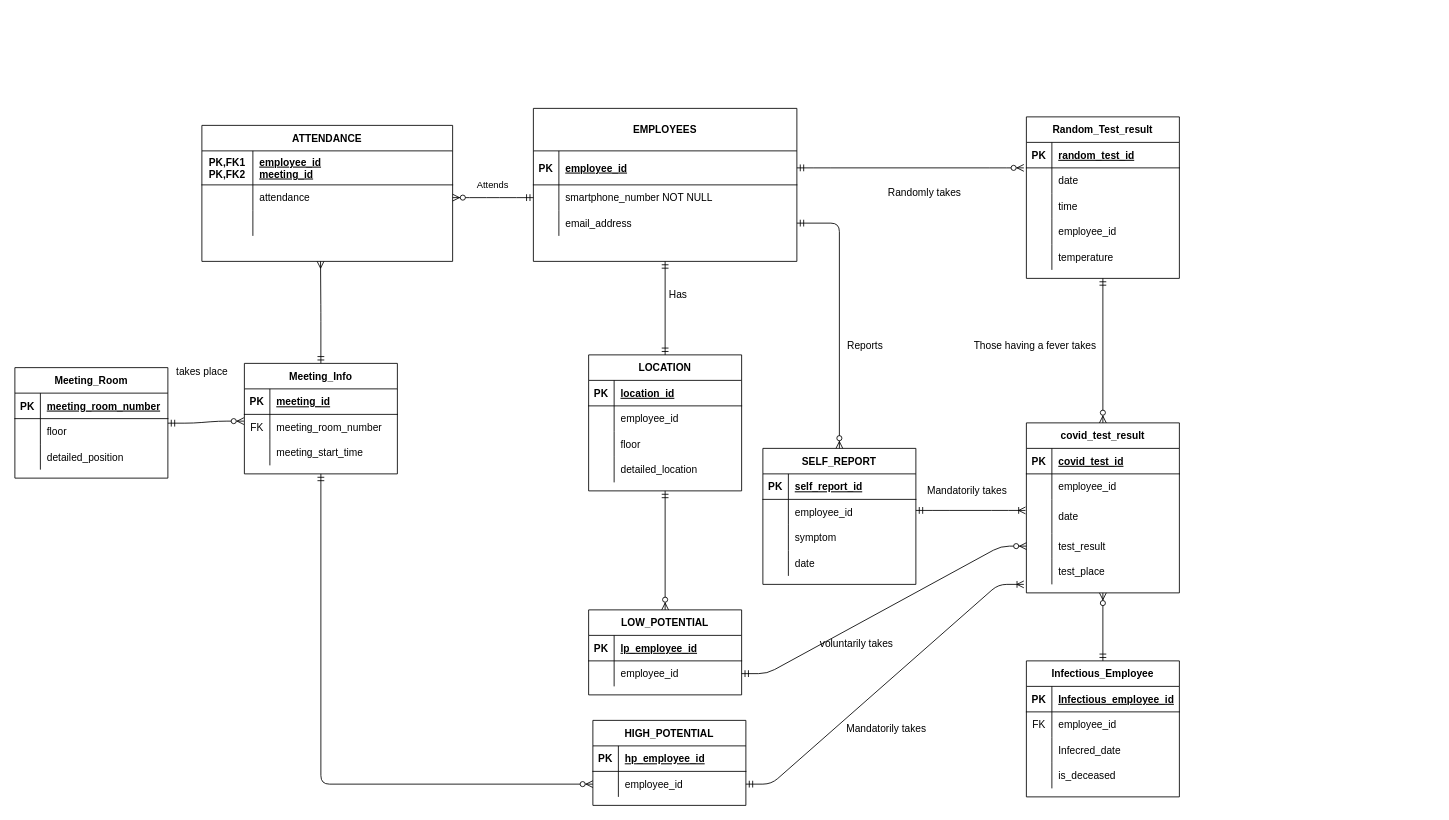
Before: page "Page-1" (1 of 2) of Untitled Diagram.drawio in CharlieXuJk/ty, a draw.io diagram. Source tidied: cells renumbered, new cells numbered last; positions are measured from the earlier drawing's top-left corner, leaving out a move shared by most shapes. Both pictures are drawn from the tidied source at 85%, with x=0, y=0 at pixel (14, 108).
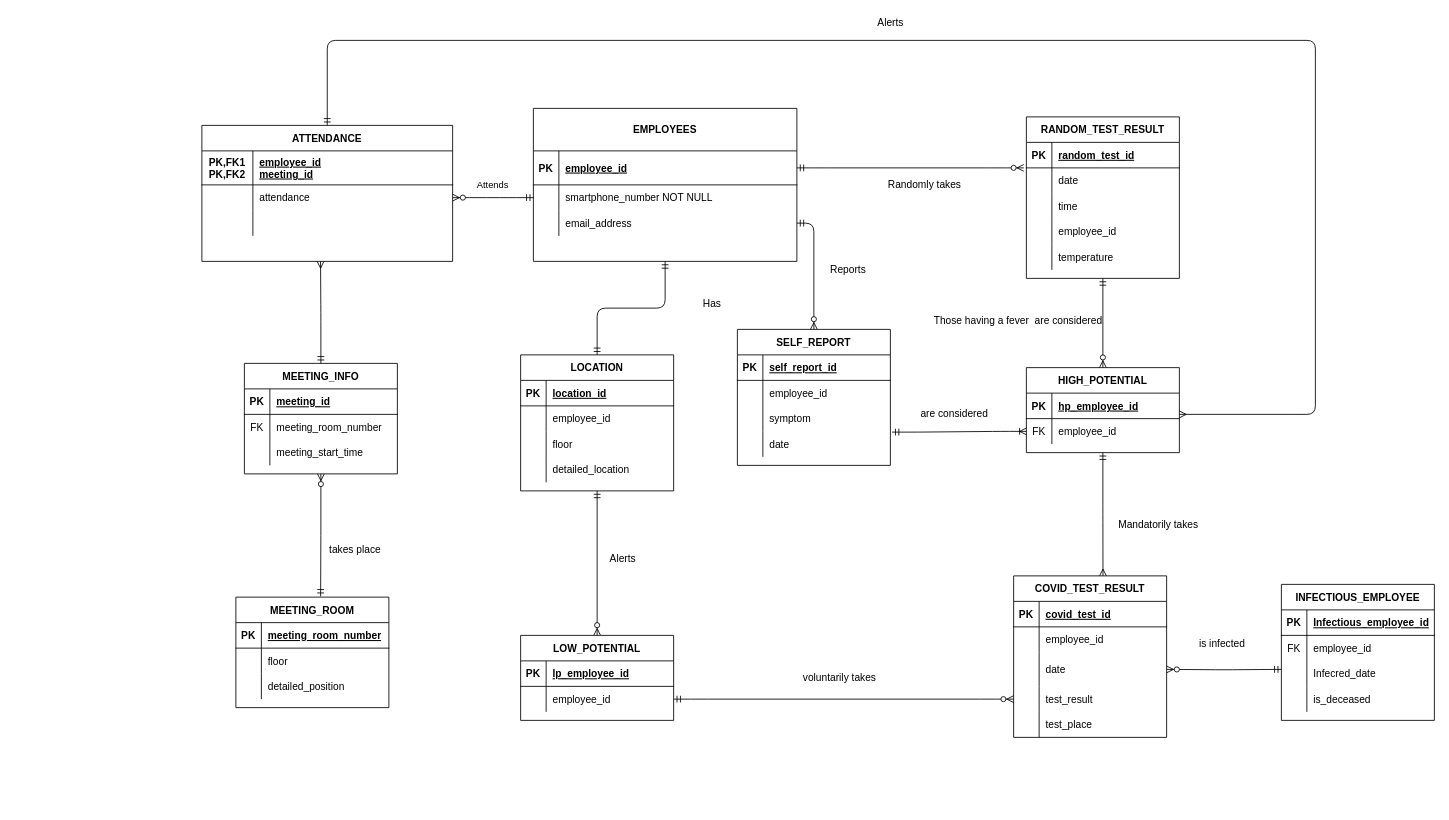
Above is the later version.

Unchanged cells that the change refers to:
```xml
<mxCell id="2" value="ATTENDANCE" style="shape=table;startSize=30;childLayout=tableLayout;rowLines=0;fontStyle=1;align=center;" parent="1" vertex="1">
  <mxGeometry x="220" y="20" width="295" height="160" as="geometry" />
</mxCell>
<mxCell id="29" style="shape=partialRectangle;fillColor=none;top=0;left=0;bottom=0;right=0;points=[[0,0.5],[1,0.5]];portConstraint=eastwest;" parent="25" vertex="1">
  <mxGeometry y="60" width="180" height="30" as="geometry" />
</mxCell>
<mxCell id="60" style="shape=partialRectangle;fillColor=none;top=0;left=0;bottom=0;right=0;points=[[0,0.5],[1,0.5]];portConstraint=eastwest;" parent="53" vertex="1">
  <mxGeometry y="90" width="180" height="40" as="geometry" />
</mxCell>
<mxCell id="76" style="shape=partialRectangle;fillColor=none;top=0;left=0;bottom=0;right=0;points=[[0,0.5],[1,0.5]];portConstraint=eastwest;" parent="69" vertex="1">
  <mxGeometry y="90" width="180" height="30" as="geometry" />
</mxCell>
<mxCell id="86" style="shape=partialRectangle;fillColor=none;top=0;left=0;bottom=0;right=0;points=[[0,0.5],[1,0.5]];portConstraint=eastwest;" parent="82" vertex="1">
  <mxGeometry y="60" width="180" height="30" as="geometry" />
</mxCell>
<mxCell id="142" style="shape=partialRectangle;fillColor=none;top=0;left=0;bottom=1;right=0;points=[[0,0.5],[1,0.5]];portConstraint=eastwest;" parent="141" vertex="1">
  <mxGeometry y="30" width="180" height="30" as="geometry" />
</mxCell>
<mxCell id="145" style="shape=partialRectangle;fillColor=none;top=0;left=0;bottom=0;right=0;points=[[0,0.5],[1,0.5]];portConstraint=eastwest;" parent="141" vertex="1">
  <mxGeometry y="60" width="180" height="30" as="geometry" />
</mxCell>
```

The edit, as a diff of the source:
```diff
@@
+    <mxCell id="151" style="edgeStyle=orthogonalEdgeStyle;rounded=1;jettySize=auto;html=1;exitX=0.5;exitY=0;exitDx=0;exitDy=0;entryX=1;entryY=0.833;entryDx=0;entryDy=0;entryPerimeter=0;startArrow=ERmandOne;startFill=0;endArrow=ERmany;endFill=0;" parent="1" edge="1" source="2" target="142">
+      <mxGeometry relative="1" as="geometry">
+        <Array as="points">
+          <mxPoint x="367" y="-80" />
+          <mxPoint x="1530" y="-80" />
+          <mxPoint x="1530" y="360" />
+        </Array>
+      </mxGeometry>
+    </mxCell>
@@
-    <mxCell id="23" style="edgeStyle=orthogonalEdgeStyle;rounded=1;jettySize=auto;html=1;exitX=0.5;exitY=1;exitDx=0;exitDy=0;entryX=0;entryY=0.5;entryDx=0;entryDy=0;startArrow=ERmandOne;startFill=0;endArrow=ERzeroToMany;endFill=1;" parent="1" edge="1" source="25" target="145">
-      <mxGeometry relative="1" as="geometry">
-        <Array as="points">
-          <mxPoint x="360" y="795" />
-        </Array>
-      </mxGeometry>
-    </mxCell>
@@
+    <mxCell id="152" style="edgeStyle=orthogonalEdgeStyle;rounded=1;jettySize=auto;html=1;exitX=0.5;exitY=1;exitDx=0;exitDy=0;entryX=0.554;entryY=-0.007;entryDx=0;entryDy=0;entryPerimeter=0;startArrow=ERzeroToMany;startFill=1;endArrow=ERmandOne;endFill=0;" parent="1" edge="1" source="25" target="82">
+      <mxGeometry relative="1" as="geometry" />
+    </mxCell>
-    <mxCell id="25" value="Meeting_Info" style="shape=table;startSize=30;childLayout=tableLayout;rowLines=0;fontStyle=1;align=center;" parent="1" vertex="1">
+    <mxCell id="25" value="MEETING_INFO" style="shape=table;startSize=30;childLayout=tableLayout;rowLines=0;fontStyle=1;align=center;" parent="1" vertex="1">
       <mxGeometry x="270" y="300" width="180" height="130" as="geometry" />
     </mxCell>
@@
-    <mxCell id="35" style="edgeStyle=orthogonalEdgeStyle;rounded=1;jettySize=auto;html=1;exitX=0.5;exitY=0;exitDx=0;exitDy=0;entryX=0.5;entryY=1;entryDx=0;entryDy=0;startArrow=ERmandOne;startFill=0;endArrow=ERzeroToMany;endFill=1;" parent="1" edge="1" source="101" target="53">
-      <mxGeometry relative="1" as="geometry" />
+    <mxCell id="35" style="edgeStyle=orthogonalEdgeStyle;rounded=1;jettySize=auto;html=1;entryX=1;entryY=0.5;entryDx=0;entryDy=0;startArrow=ERmandOne;startFill=0;endArrow=ERzeroToMany;endFill=1;" parent="1" edge="1" target="60">
+      <mxGeometry relative="1" as="geometry">
+        <mxPoint x="1490" y="660" as="sourcePoint" />
+      </mxGeometry>
     </mxCell>
-    <mxCell id="36" style="edgeStyle=orthogonalEdgeStyle;rounded=1;jettySize=auto;html=1;exitX=0.5;exitY=1;exitDx=0;exitDy=0;entryX=0.5;entryY=0;entryDx=0;entryDy=0;startArrow=ERmandOne;startFill=0;endArrow=ERzeroToMany;endFill=1;" parent="1" edge="1" source="37" target="53">
+    <mxCell id="36" style="edgeStyle=orthogonalEdgeStyle;rounded=1;jettySize=auto;html=1;exitX=0.5;exitY=1;exitDx=0;exitDy=0;startArrow=ERmandOne;startFill=0;endArrow=ERzeroToMany;endFill=1;entryX=0.5;entryY=0;entryDx=0;entryDy=0;" parent="1" edge="1" source="37" target="141">
       <mxGeometry relative="1" as="geometry" />
     </mxCell>
-    <mxCell id="37" value="Random_Test_result" style="shape=table;startSize=30;childLayout=tableLayout;rowLines=0;fontStyle=1;align=center;" parent="1" vertex="1">
+    <mxCell id="37" value="RANDOM_TEST_RESULT" style="shape=table;startSize=30;childLayout=tableLayout;rowLines=0;fontStyle=1;align=center;" parent="1" vertex="1">
       <mxGeometry x="1190" y="10" width="180" height="190" as="geometry" />
     </mxCell>
@@
-    <mxCell id="53" value="covid_test_result" style="shape=table;startSize=30;childLayout=tableLayout;rowLines=0;fontStyle=1;align=center;" parent="1" vertex="1">
-      <mxGeometry x="1190" y="370" width="180" height="200" as="geometry" />
+    <mxCell id="53" value="COVID_TEST_RESULT" style="shape=table;startSize=30;childLayout=tableLayout;rowLines=0;fontStyle=1;align=center;" parent="1" vertex="1">
+      <mxGeometry x="1175" y="550" width="180" height="190" as="geometry" />
     </mxCell>
@@
     <mxCell id="69" value="SELF_REPORT" style="shape=table;startSize=30;childLayout=tableLayout;rowLines=0;fontStyle=1;align=center;" parent="1" vertex="1">
-      <mxGeometry x="880" y="400" width="180" height="160" as="geometry" />
+      <mxGeometry x="850" y="260" width="180" height="160" as="geometry" />
     </mxCell>
@@
-    <mxCell id="82" value="Meeting_Room" style="shape=table;startSize=30;childLayout=tableLayout;rowLines=0;fontStyle=1;align=center;" parent="1" vertex="1">
-      <mxGeometry y="305" width="180" height="130" as="geometry" />
+    <mxCell id="82" value="MEETING_ROOM" style="shape=table;startSize=30;childLayout=tableLayout;rowLines=0;fontStyle=1;align=center;" parent="1" vertex="1">
+      <mxGeometry x="260" y="575" width="180" height="130" as="geometry" />
     </mxCell>
@@
     <mxCell id="95" value="Randomly takes" style="text;html=1;align=center;verticalAlign=middle;strokeColor=none;fillColor=none;" parent="1" vertex="1">
-      <mxGeometry x="1020" y="90" width="100" height="20" as="geometry" />
+      <mxGeometry x="1020" y="80" width="100" height="20" as="geometry" />
     </mxCell>
-    <mxCell id="96" style="edgeStyle=entityRelationEdgeStyle;fontSize=12;html=1;endArrow=ERzeroToMany;startArrow=ERmandOne;entryX=-0.003;entryY=0.265;entryDx=0;entryDy=0;entryPerimeter=0;exitX=1;exitY=0.178;exitDx=0;exitDy=0;exitPerimeter=0;" parent="1" edge="1" source="86" target="29">
-      <mxGeometry relative="1" as="geometry" />
-    </mxCell>
-    <mxCell id="97" style="edgeStyle=entityRelationEdgeStyle;fontSize=12;html=1;endArrow=ERoneToMany;startArrow=ERmandOne;entryX=-0.006;entryY=0.325;entryDx=0;entryDy=0;entryPerimeter=0;" parent="1" edge="1" target="60">
-      <mxGeometry relative="1" as="geometry">
-        <mxPoint x="1060" y="473" as="sourcePoint" />
-      </mxGeometry>
+    <mxCell id="97" style="edgeStyle=entityRelationEdgeStyle;fontSize=12;html=1;endArrow=ERoneToMany;startArrow=ERmandOne;entryX=0;entryY=0.5;entryDx=0;entryDy=0;exitX=1.011;exitY=1.029;exitDx=0;exitDy=0;exitPerimeter=0;" parent="1" edge="1" source="76" target="145">
+      <mxGeometry relative="1" as="geometry" />
     </mxCell>
     <mxCell id="98" value="Mandatorily takes" style="text;html=1;align=center;verticalAlign=middle;strokeColor=none;fillColor=none;" parent="1" vertex="1">
-      <mxGeometry x="1065" y="440" width="110" height="20" as="geometry" />
+      <mxGeometry x="1290" y="480" width="110" height="20" as="geometry" />
     </mxCell>
     <mxCell id="99" value="takes place" style="text;html=1;align=center;verticalAlign=middle;strokeColor=none;fillColor=none;" parent="1" vertex="1">
-      <mxGeometry x="180" y="300" width="80" height="20" as="geometry" />
+      <mxGeometry x="360" y="510" width="80" height="20" as="geometry" />
     </mxCell>
-    <mxCell id="100" value="Those having a fever takes" style="text;html=1;align=center;verticalAlign=middle;strokeColor=none;fillColor=none;" parent="1" vertex="1">
-      <mxGeometry x="1120" y="270" width="160" height="20" as="geometry" />
+    <mxCell id="100" value="Those having a fever&amp;nbsp; are considered" style="text;html=1;align=center;verticalAlign=middle;strokeColor=none;fillColor=none;" parent="1" vertex="1">
+      <mxGeometry x="1075" y="240" width="210" height="20" as="geometry" />
     </mxCell>
-    <mxCell id="101" value="Infectious_Employee" style="shape=table;startSize=30;childLayout=tableLayout;rowLines=0;fontStyle=1;align=center;" parent="1" vertex="1">
-      <mxGeometry x="1190" y="650" width="180" height="160" as="geometry" />
+    <mxCell id="101" value="INFECTIOUS_EMPLOYEE" style="shape=table;startSize=30;childLayout=tableLayout;rowLines=0;fontStyle=1;align=center;" parent="1" vertex="1">
+      <mxGeometry x="1490" y="560" width="180" height="160" as="geometry" />
     </mxCell>
@@
     <mxCell id="115" value="Reports" style="text;html=1;align=center;verticalAlign=middle;strokeColor=none;fillColor=none;" parent="1" vertex="1">
-      <mxGeometry x="970" y="270" width="60" height="20" as="geometry" />
+      <mxGeometry x="950" y="180" width="60" height="20" as="geometry" />
     </mxCell>
@@
     <mxCell id="117" value="LOCATION" style="shape=table;startSize=30;childLayout=tableLayout;rowLines=0;fontStyle=1;align=center;" parent="1" vertex="1">
-      <mxGeometry x="675" y="290" width="180" height="160" as="geometry" />
+      <mxGeometry x="595" y="290" width="180" height="160" as="geometry" />
     </mxCell>
@@
     <mxCell id="130" value="Has" style="text;html=1;align=center;verticalAlign=middle;strokeColor=none;fillColor=none;" parent="1" vertex="1">
-      <mxGeometry x="760" y="210" width="40" height="20" as="geometry" />
+      <mxGeometry x="800" y="220" width="40" height="20" as="geometry" />
     </mxCell>
@@
-    <mxCell id="132" style="edgeStyle=entityRelationEdgeStyle;fontSize=12;html=1;endArrow=ERoneToMany;startArrow=ERmandOne;exitX=1;exitY=0.5;exitDx=0;exitDy=0;" parent="1" edge="1" source="145">
-      <mxGeometry relative="1" as="geometry">
-        <mxPoint x="1187" y="560" as="targetPoint" />
-      </mxGeometry>
-    </mxCell>
-    <mxCell id="133" value="Mandatorily takes" style="text;html=1;align=center;verticalAlign=middle;strokeColor=none;fillColor=none;" parent="1" vertex="1">
-      <mxGeometry x="970" y="720" width="110" height="20" as="geometry" />
+    <mxCell id="133" value="are considered" style="text;html=1;align=center;verticalAlign=middle;strokeColor=none;fillColor=none;" parent="1" vertex="1">
+      <mxGeometry x="1060" y="350" width="90" height="20" as="geometry" />
     </mxCell>
     <mxCell id="134" value="LOW_POTENTIAL" style="shape=table;startSize=30;childLayout=tableLayout;rowLines=0;fontStyle=1;align=center;" parent="1" vertex="1">
-      <mxGeometry x="675" y="590" width="180" height="100" as="geometry" />
+      <mxGeometry x="595" y="620" width="180" height="100" as="geometry" />
     </mxCell>
@@
+    <mxCell id="153" style="edgeStyle=orthogonalEdgeStyle;rounded=1;jettySize=auto;html=1;exitX=0.5;exitY=1;exitDx=0;exitDy=0;entryX=0.584;entryY=0;entryDx=0;entryDy=0;entryPerimeter=0;startArrow=ERmandOne;startFill=0;endArrow=ERmany;endFill=0;" parent="1" edge="1" source="141" target="53">
+      <mxGeometry relative="1" as="geometry" />
+    </mxCell>
     <mxCell id="141" value="HIGH_POTENTIAL" style="shape=table;startSize=30;childLayout=tableLayout;rowLines=0;fontStyle=1;align=center;" parent="1" vertex="1">
-      <mxGeometry x="680" y="720" width="180" height="100" as="geometry" />
+      <mxGeometry x="1190" y="305" width="180" height="100" as="geometry" />
     </mxCell>
@@
-    <mxCell id="146" style="shape=partialRectangle;fillColor=none;top=0;left=0;bottom=0;right=0;overflow=hidden;" parent="145" vertex="1">
+    <mxCell id="146" value="FK" style="shape=partialRectangle;fillColor=none;top=0;left=0;bottom=0;right=0;overflow=hidden;" parent="145" vertex="1">
       <mxGeometry width="30" height="30" as="geometry" />
     </mxCell>
@@
     <mxCell id="150" value="voluntarily takes" style="text;html=1;align=center;verticalAlign=middle;strokeColor=none;fillColor=none;" parent="1" vertex="1">
-      <mxGeometry x="940" y="620" width="100" height="20" as="geometry" />
+      <mxGeometry x="920" y="660" width="100" height="20" as="geometry" />
     </mxCell>
+    <mxCell id="154" value="Alerts" style="text;html=1;align=center;verticalAlign=middle;strokeColor=none;fillColor=none;" parent="1" vertex="1">
+      <mxGeometry x="690" y="520" width="50" height="20" as="geometry" />
+    </mxCell>
+    <mxCell id="155" value="Alerts" style="text;html=1;align=center;verticalAlign=middle;strokeColor=none;fillColor=none;" parent="1" vertex="1">
+      <mxGeometry x="1005" y="-110" width="50" height="20" as="geometry" />
+    </mxCell>
+    <mxCell id="156" value="is infected" style="text;html=1;align=center;verticalAlign=middle;strokeColor=none;fillColor=none;" parent="1" vertex="1">
+      <mxGeometry x="1385" y="620" width="70" height="20" as="geometry" />
+    </mxCell>
```
